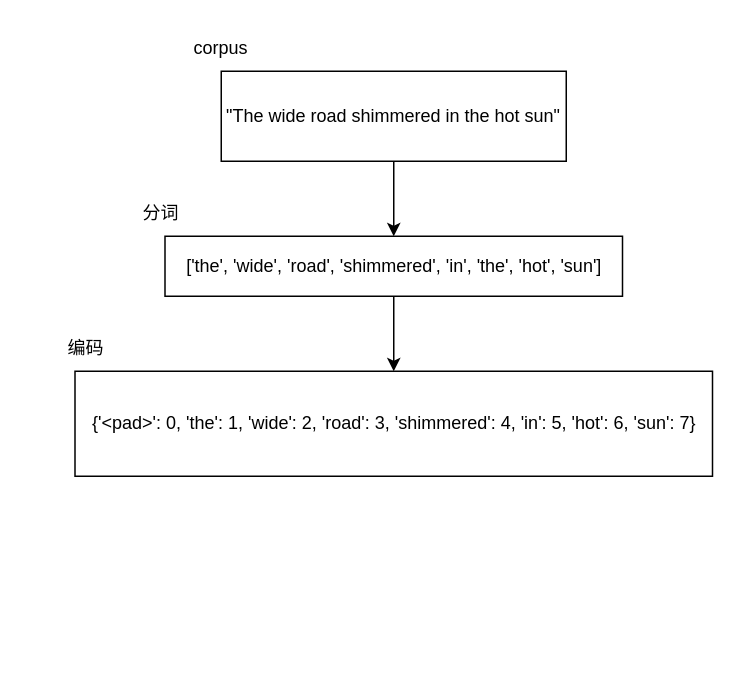
Above: skipgram.drawio in TzeSing/draw_io (draw.io), before the change. Source tidied: cells renumbered, new cells numbered last; positions are measured from the earlier drawing's top-left corner, leaving out a move shared by most shapes. Both pictures are drawn from the tidied source at 150%, with x=0, y=0 at pixel (40, 26).
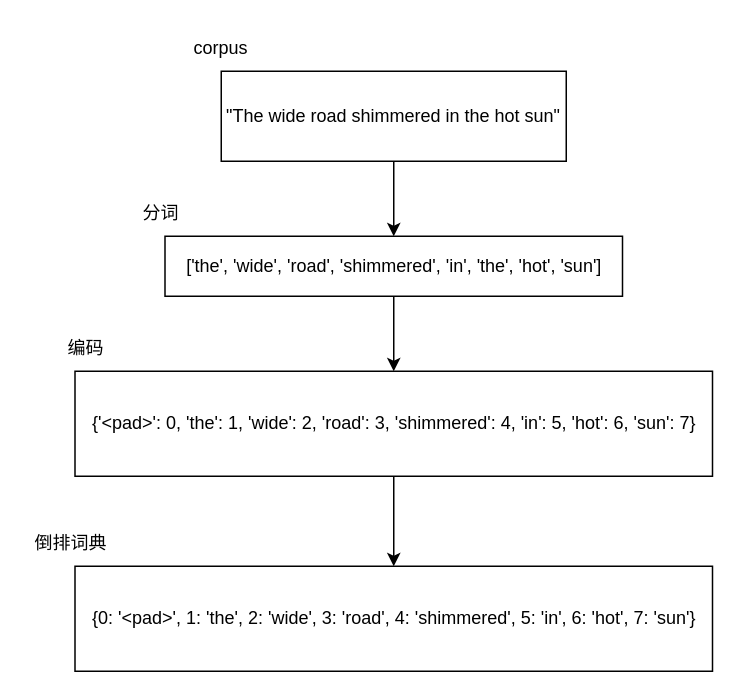
After the change.

The edit, as a diff of the source:
```diff
@@
 <mxGraphModel>
   <root>
     <mxCell id="0" />
     <mxCell id="1" parent="0" />
     <mxCell id="2" style="edgeStyle=orthogonalEdgeStyle;rounded=0;jettySize=auto;html=1;exitX=0.5;exitY=1;exitDx=0;exitDy=0;" parent="1" edge="1" source="3" target="6">
       <mxGeometry relative="1" as="geometry" />
     </mxCell>
     <mxCell id="3" value="&quot;The wide road shimmered in the hot sun&quot;" style="rounded=0;whiteSpace=wrap;html=1;" parent="1" vertex="1">
       <mxGeometry x="120" y="30" width="230" height="60" as="geometry" />
     </mxCell>
     <mxCell id="4" value="corpus" style="text;html=1;strokeColor=none;fillColor=none;align=center;verticalAlign=middle;whiteSpace=wrap;rounded=0;" parent="1" vertex="1">
       <mxGeometry x="90" width="60" height="30" as="geometry" />
     </mxCell>
     <mxCell id="5" style="edgeStyle=orthogonalEdgeStyle;rounded=0;jettySize=auto;html=1;exitX=0.5;exitY=1;exitDx=0;exitDy=0;" parent="1" edge="1" source="6" target="8">
       <mxGeometry relative="1" as="geometry" />
     </mxCell>
     <mxCell id="6" value="['the', 'wide', 'road', 'shimmered', 'in', 'the', 'hot', 'sun']" style="rounded=0;whiteSpace=wrap;html=1;" parent="1" vertex="1">
       <mxGeometry x="82.5" y="140" width="305" height="40" as="geometry" />
     </mxCell>
     <mxCell id="7" value="分词" style="text;html=1;strokeColor=none;fillColor=none;align=center;verticalAlign=middle;whiteSpace=wrap;rounded=0;" parent="1" vertex="1">
       <mxGeometry x="50" y="110" width="60" height="30" as="geometry" />
     </mxCell>
+    <mxCell id="10" style="edgeStyle=orthogonalEdgeStyle;rounded=0;jettySize=auto;html=1;exitX=0.5;exitY=1;exitDx=0;exitDy=0;entryX=0.5;entryY=0;entryDx=0;entryDy=0;" parent="1" edge="1" source="8" target="11">
+      <mxGeometry relative="1" as="geometry" />
+    </mxCell>
     <mxCell id="8" value="{'&amp;lt;pad&amp;gt;': 0, 'the': 1, 'wide': 2, 'road': 3, 'shimmered': 4, 'in': 5, 'hot': 6, 'sun': 7}" style="rounded=0;whiteSpace=wrap;html=1;" parent="1" vertex="1">
       <mxGeometry x="22.5" y="230" width="425" height="70" as="geometry" />
     </mxCell>
     <mxCell id="9" value="编码" style="text;html=1;strokeColor=none;fillColor=none;align=center;verticalAlign=middle;whiteSpace=wrap;rounded=0;" parent="1" vertex="1">
       <mxGeometry y="200" width="60" height="30" as="geometry" />
     </mxCell>
+    <mxCell id="11" value="{0: '&amp;lt;pad&amp;gt;', 1: 'the', 2: 'wide', 3: 'road', 4: 'shimmered', 5: 'in', 6: 'hot', 7: 'sun'}" style="rounded=0;whiteSpace=wrap;html=1;" parent="1" vertex="1">
+      <mxGeometry x="22.5" y="360" width="425" height="70" as="geometry" />
+    </mxCell>
+    <mxCell id="12" value="倒排词典" style="text;html=1;strokeColor=none;fillColor=none;align=center;verticalAlign=middle;whiteSpace=wrap;rounded=0;" parent="1" vertex="1">
+      <mxGeometry x="-10" y="330" width="60" height="30" as="geometry" />
+    </mxCell>
   </root>
 </mxGraphModel>
```
